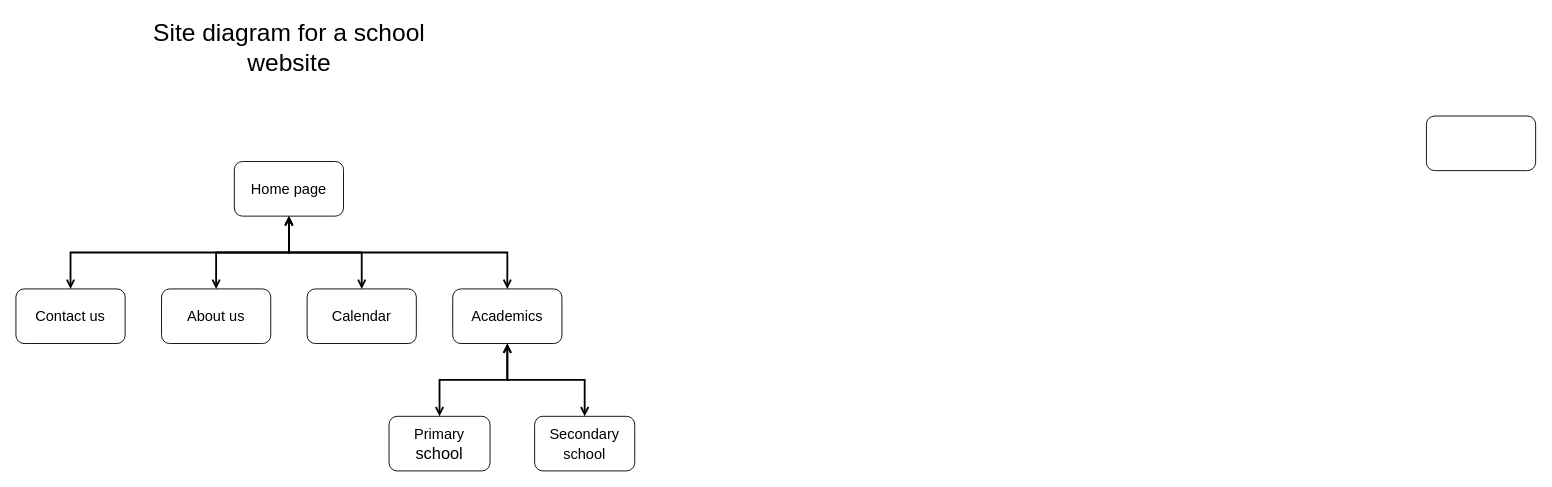
sami-bre/UGR-0848-13 keeps this draw.io diagram as design/site_diagram.drawio. Above is the earlier version. Source tidied: cells renumbered, new cells numbered last; positions are measured from the earlier drawing's top-left corner, leaving out a move shared by most shapes. Both pictures are drawn from the tidied source at 91%, with x=0, y=0 at pixel (15, 15).
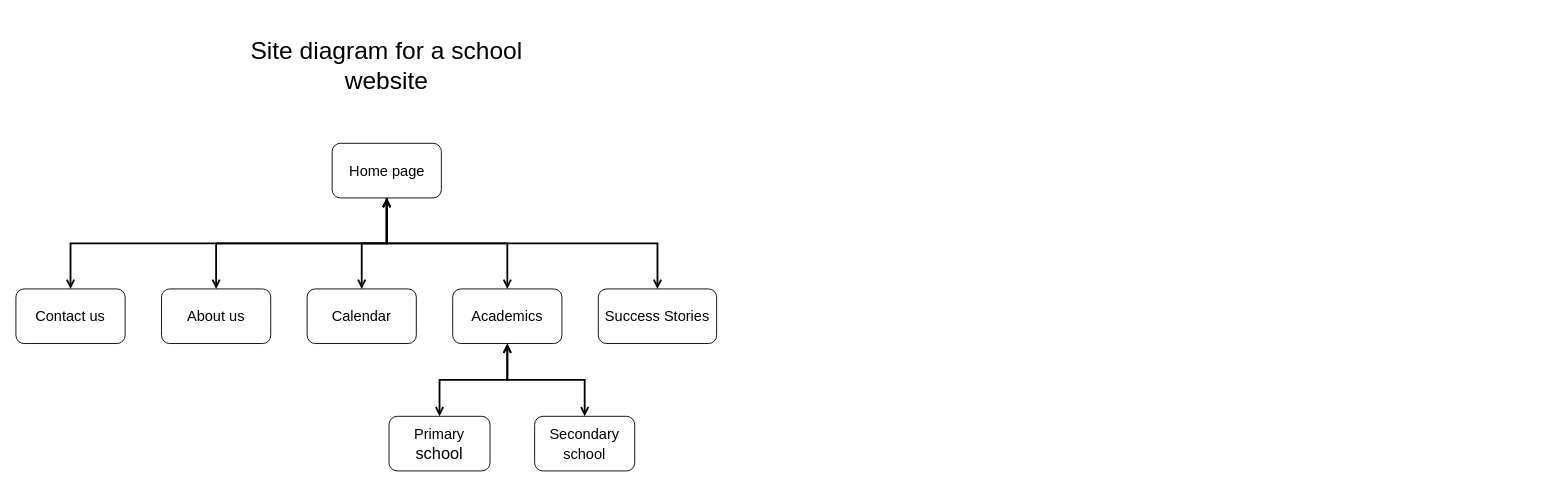
After the change.

The edit, as a diff of the source:
```diff
@@
 <mxGraphModel>
   <root>
     <mxCell id="0" />
     <mxCell id="1" parent="0" />
-    <mxCell id="2" style="rounded=1;whiteSpace=wrap;html=1;" parent="1" vertex="1">
-      <mxGeometry x="1550" y="110" width="120" height="60" as="geometry" />
-    </mxCell>
     <mxCell id="3" value="&lt;font style=&quot;font-size: 16px;&quot;&gt;Contact us&lt;/font&gt;" style="rounded=1;whiteSpace=wrap;html=1;" parent="1" vertex="1">
       <mxGeometry y="300" width="120" height="60" as="geometry" />
     </mxCell>
     <mxCell id="4" style="edgeStyle=orthogonalEdgeStyle;rounded=0;jettySize=auto;html=1;exitX=0.5;exitY=1;exitDx=0;exitDy=0;strokeWidth=2;fontSize=16;startArrow=open;startFill=0;endArrow=open;endFill=0;" parent="1" edge="1" source="8" target="13">
       <mxGeometry relative="1" as="geometry" />
     </mxCell>
     <mxCell id="5" style="edgeStyle=orthogonalEdgeStyle;rounded=0;jettySize=auto;html=1;strokeWidth=2;fontSize=16;startArrow=open;startFill=0;endArrow=open;endFill=0;" parent="1" edge="1" source="8" target="10">
       <mxGeometry relative="1" as="geometry" />
     </mxCell>
+    <mxCell id="7" style="edgeStyle=orthogonalEdgeStyle;rounded=0;jettySize=auto;html=1;exitX=0.5;exitY=1;exitDx=0;exitDy=0;strokeWidth=2;fontSize=16;startArrow=open;startFill=0;endArrow=open;endFill=0;" parent="1" edge="1" source="8" target="3">
+      <mxGeometry relative="1" as="geometry" />
+    </mxCell>
+    <mxCell id="17" style="edgeStyle=orthogonalEdgeStyle;rounded=0;jettySize=auto;html=1;exitX=0.5;exitY=1;exitDx=0;exitDy=0;fontSize=16;strokeWidth=2;endArrow=open;endFill=0;" parent="1" edge="1" source="8" target="18">
+      <mxGeometry relative="1" as="geometry" />
+    </mxCell>
-    <mxCell id="6" style="edgeStyle=orthogonalEdgeStyle;rounded=0;jettySize=auto;html=1;strokeWidth=2;fontSize=16;startArrow=open;startFill=0;endArrow=open;endFill=0;" parent="1" edge="1" source="8" target="9">
+    <mxCell id="6" style="edgeStyle=orthogonalEdgeStyle;rounded=0;jettySize=auto;html=1;exitX=0.5;exitY=1;exitDx=0;exitDy=0;strokeWidth=2;fontSize=16;endArrow=open;endFill=0;" parent="1" edge="1" source="8" target="9">
       <mxGeometry relative="1" as="geometry" />
     </mxCell>
-    <mxCell id="7" style="edgeStyle=orthogonalEdgeStyle;rounded=0;jettySize=auto;html=1;exitX=0.5;exitY=1;exitDx=0;exitDy=0;strokeWidth=2;fontSize=16;startArrow=open;startFill=0;endArrow=open;endFill=0;" parent="1" edge="1" source="8" target="3">
-      <mxGeometry relative="1" as="geometry" />
-    </mxCell>
     <mxCell id="8" value="&lt;font style=&quot;font-size: 16px;&quot;&gt;Home page&lt;/font&gt;" style="rounded=1;whiteSpace=wrap;html=1;" parent="1" vertex="1">
-      <mxGeometry x="240" y="160" width="120" height="60" as="geometry" />
+      <mxGeometry x="347.5" y="140" width="120" height="60" as="geometry" />
     </mxCell>
     <mxCell id="9" value="&lt;font style=&quot;font-size: 16px;&quot;&gt;About us&lt;/font&gt;" style="rounded=1;whiteSpace=wrap;html=1;" parent="1" vertex="1">
       <mxGeometry x="160" y="300" width="120" height="60" as="geometry" />
     </mxCell>
     <mxCell id="10" value="&lt;font style=&quot;font-size: 16px;&quot;&gt;Calendar&lt;/font&gt;" style="rounded=1;whiteSpace=wrap;html=1;" parent="1" vertex="1">
       <mxGeometry x="320" y="300" width="120" height="60" as="geometry" />
     </mxCell>
     <mxCell id="11" style="edgeStyle=orthogonalEdgeStyle;rounded=0;jettySize=auto;html=1;entryX=0.5;entryY=0;entryDx=0;entryDy=0;fontSize=16;strokeWidth=2;endArrow=open;endFill=0;startArrow=open;startFill=0;" parent="1" edge="1" source="13" target="14">
       <mxGeometry relative="1" as="geometry" />
     </mxCell>
     <mxCell id="12" style="edgeStyle=orthogonalEdgeStyle;rounded=0;jettySize=auto;html=1;exitX=0.5;exitY=1;exitDx=0;exitDy=0;fontSize=16;strokeWidth=2;endArrow=open;endFill=0;startArrow=open;startFill=0;" parent="1" edge="1" source="13" target="15">
       <mxGeometry relative="1" as="geometry" />
     </mxCell>
     <mxCell id="13" value="&lt;font style=&quot;font-size: 16px;&quot;&gt;Academics&lt;/font&gt;" style="rounded=1;whiteSpace=wrap;html=1;" parent="1" vertex="1">
       <mxGeometry x="480" y="300" width="120" height="60" as="geometry" />
     </mxCell>
     <mxCell id="14" value="&lt;font style=&quot;font-size: 16px;&quot;&gt;Primary&lt;/font&gt; school" style="rounded=1;whiteSpace=wrap;html=1;fontSize=18;" parent="1" vertex="1">
       <mxGeometry x="410" y="440" width="111" height="60" as="geometry" />
     </mxCell>
     <mxCell id="15" value="&lt;font style=&quot;font-size: 16px;&quot;&gt;Secondary school&lt;/font&gt;" style="rounded=1;whiteSpace=wrap;html=1;fontSize=18;" parent="1" vertex="1">
       <mxGeometry x="570" y="440" width="110" height="60" as="geometry" />
     </mxCell>
     <mxCell id="16" value="&lt;font style=&quot;font-size: 27px;&quot;&gt;Site diagram for a school website &lt;/font&gt;" style="text;html=1;strokeColor=none;fillColor=none;align=center;verticalAlign=middle;whiteSpace=wrap;rounded=0;fontSize=16;" parent="1" vertex="1">
-      <mxGeometry x="132.5" width="335" height="70" as="geometry" />
+      <mxGeometry x="240" y="20" width="335" height="70" as="geometry" />
     </mxCell>
+    <mxCell id="18" value="&lt;font style=&quot;font-size: 16px;&quot;&gt;Success Stories&lt;/font&gt;" style="rounded=1;whiteSpace=wrap;html=1;" parent="1" vertex="1">
+      <mxGeometry x="640" y="300" width="130" height="60" as="geometry" />
+    </mxCell>
   </root>
 </mxGraphModel>
```
